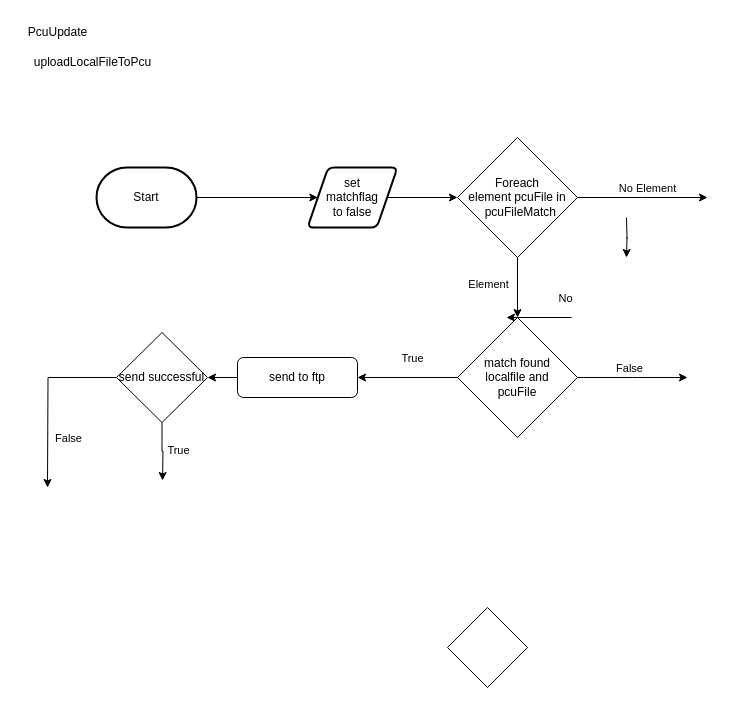
Before: FlowChart/Update/UploadFile.drawio in nicnike/Uml, a draw.io diagram. Source tidied: cells renumbered, new cells numbered last; positions are measured from the earlier drawing's top-left corner, leaving out a move shared by most shapes. Both pictures are drawn from the tidied source at 100%, with x=0, y=0 at pixel (17, 17).
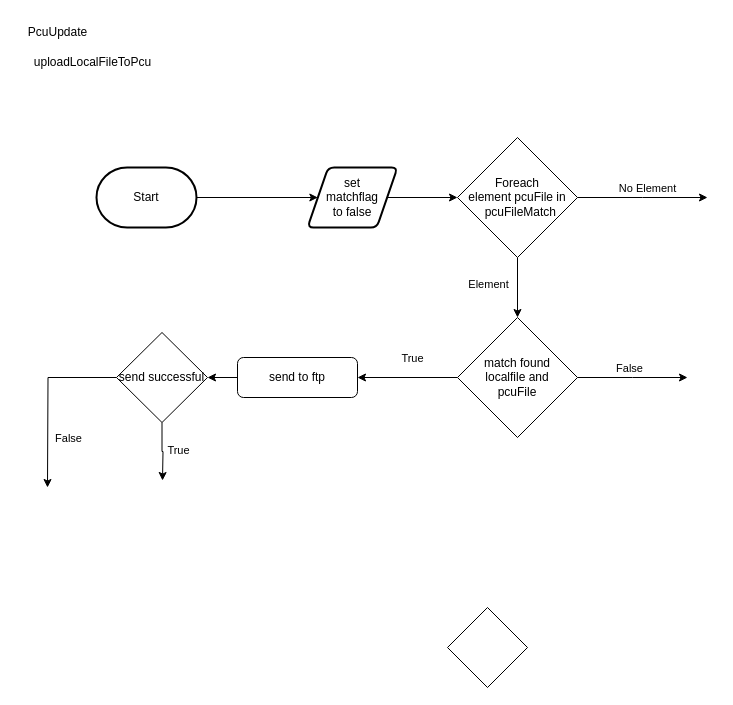
Above is the later version.

The edit, as a diff of the source:
```diff
@@
-    <mxCell id="3" style="edgeStyle=orthogonalEdgeStyle;rounded=0;orthogonalLoop=1;jettySize=auto;html=1;entryX=1;entryY=0.5;entryDx=0;entryDy=0;" parent="1" edge="1">
-      <mxGeometry relative="1" as="geometry">
-        <mxPoint x="554" y="300" as="sourcePoint" />
-        <mxPoint x="489" y="300" as="targetPoint" />
-      </mxGeometry>
-    </mxCell>
-    <mxCell id="4" value="No" style="edgeLabel;html=1;align=center;verticalAlign=middle;" parent="3" vertex="1">
-      <mxGeometry x="0.12" y="-5" relative="1" as="geometry">
-        <mxPoint x="29" y="-15" as="offset" />
-      </mxGeometry>
-    </mxCell>
@@
-    <mxCell id="7" style="edgeStyle=orthogonalEdgeStyle;rounded=0;orthogonalLoop=1;jettySize=auto;html=1;entryX=0.5;entryY=0;entryDx=0;entryDy=0;" parent="1" edge="1">
-      <mxGeometry relative="1" as="geometry">
-        <mxPoint x="609" y="200" as="sourcePoint" />
-        <mxPoint x="609" y="240" as="targetPoint" />
-      </mxGeometry>
-    </mxCell>
```
